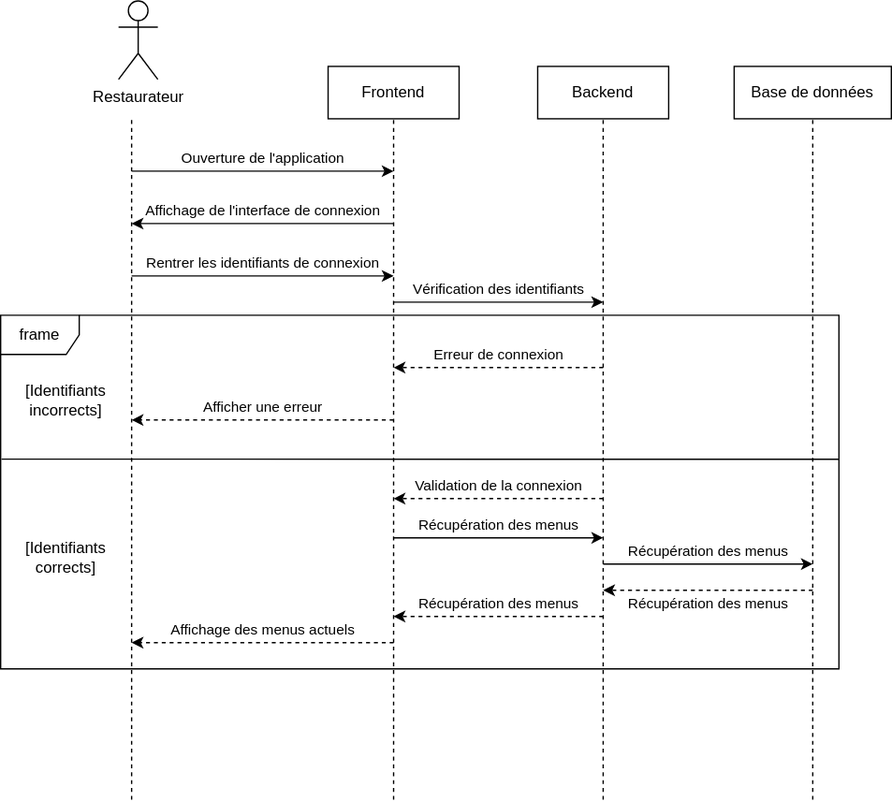
The draw.io diagram sequence_diagrams/ajout_plat_du_jour.drawio.svg in TheoBernard97/ExpressFood, before a commit. Source tidied: cells renumbered, new cells last; positions are measured from the earlier drawing's top-left corner, leaving out a move shared by most shapes.
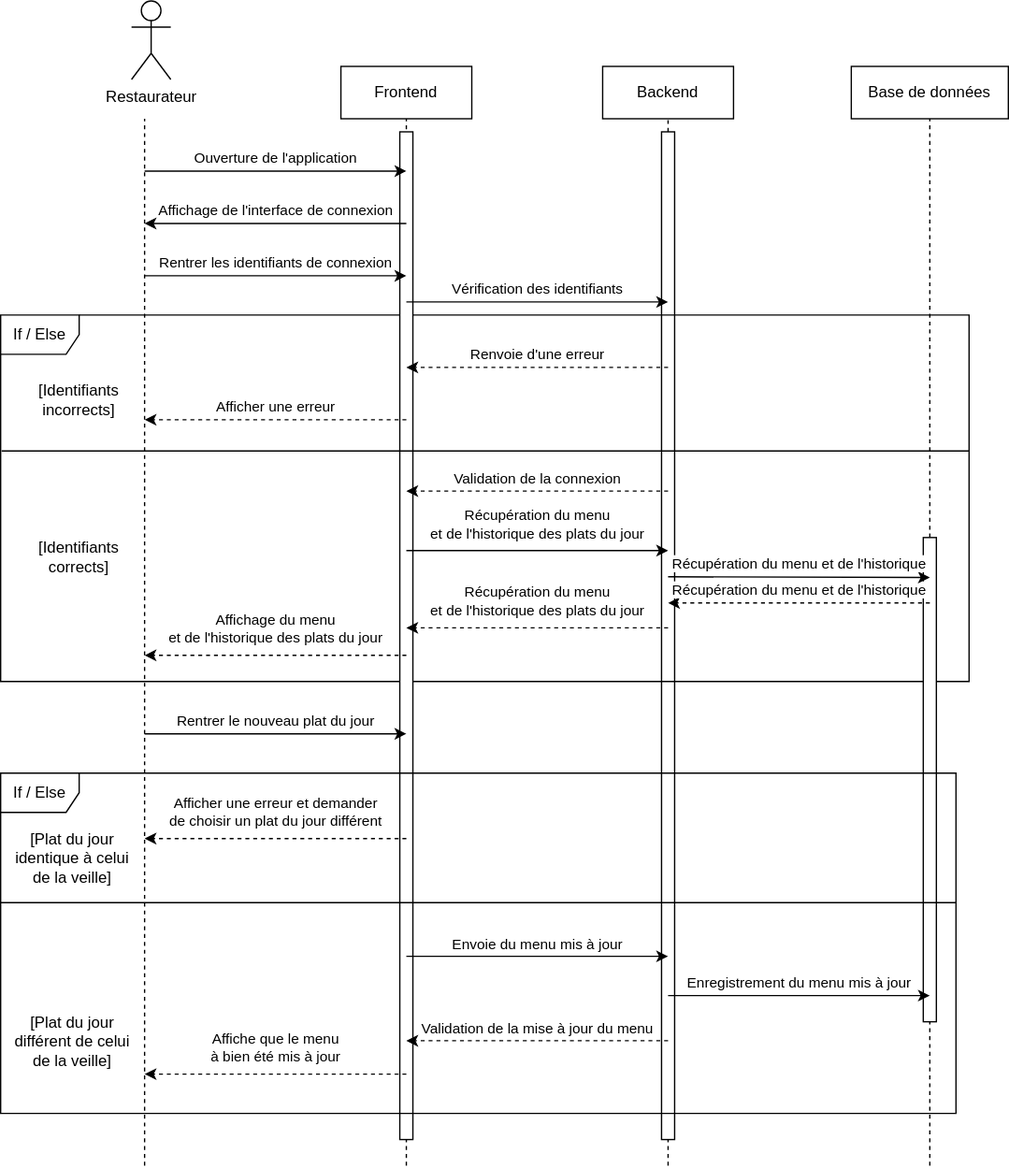
After the commit.

Commit message:
Complete update daily meal diagram + command creation diagram

Change to the diagram source:
```diff
@@ -2,39 +2,41 @@
   <root>
     <mxCell id="0" />
     <mxCell id="1" parent="0" />
+    <mxCell id="26" style="rounded=0;whiteSpace=wrap;html=1;" parent="1" vertex="1">
+      <mxGeometry x="495" y="100" width="10" height="770" as="geometry" />
+    </mxCell>
-    <mxCell id="2" value="frame" style="shape=umlFrame;whiteSpace=wrap;html=1;" parent="1" vertex="1">
-      <mxGeometry y="240" width="640" height="270" as="geometry" />
+    <mxCell id="2" value="If / Else" style="shape=umlFrame;whiteSpace=wrap;html=1;" parent="1" vertex="1">
+      <mxGeometry x="-10" y="240" width="740" height="280" as="geometry" />
     </mxCell>
     <mxCell id="3" value="Frontend" style="rounded=0;whiteSpace=wrap;html=1;" parent="1" vertex="1">
       <mxGeometry x="250" y="50" width="100" height="40" as="geometry" />
     </mxCell>
     <mxCell id="4" value="Backend" style="rounded=0;whiteSpace=wrap;html=1;" parent="1" vertex="1">
-      <mxGeometry x="410" y="50" width="100" height="40" as="geometry" />
+      <mxGeometry x="450" y="50" width="100" height="40" as="geometry" />
     </mxCell>
     <mxCell id="5" value="Base de données" style="rounded=0;whiteSpace=wrap;html=1;" parent="1" vertex="1">
-      <mxGeometry x="560" y="50" width="120" height="40" as="geometry" />
+      <mxGeometry x="640" y="50" width="120" height="40" as="geometry" />
     </mxCell>
     <mxCell id="6" value="Restaurateur" style="shape=umlActor;verticalLabelPosition=bottom;verticalAlign=top;html=1;" parent="1" vertex="1">
       <mxGeometry x="90" width="30" height="60" as="geometry" />
     </mxCell>
     <mxCell id="7" style="endArrow=none;dashed=1;html=1;rounded=0;entryX=0.5;entryY=1;entryDx=0;entryDy=0;" parent="1" edge="1" target="3">
       <mxGeometry relative="1" as="geometry">
-        <mxPoint x="300" y="610" as="sourcePoint" />
+        <mxPoint x="300" y="890" as="sourcePoint" />
       </mxGeometry>
     </mxCell>
-    <mxCell id="8" style="endArrow=none;dashed=1;html=1;rounded=0;entryX=0.5;entryY=1;entryDx=0;entryDy=0;" parent="1" edge="1" target="4">
-      <mxGeometry relative="1" as="geometry">
-        <mxPoint x="460" y="610" as="sourcePoint" />
-      </mxGeometry>
+    <mxCell id="8" style="endArrow=none;dashed=1;html=1;rounded=0;entryX=0.5;entryY=1;entryDx=0;entryDy=0;startArrow=none;" parent="1" edge="1" source="26" target="4">
+      <mxGeometry relative="1" as="geometry" />
     </mxCell>
+    <mxCell id="27" style="rounded=0;whiteSpace=wrap;html=1;" parent="1" vertex="1">
+      <mxGeometry x="295" y="100" width="10" height="770" as="geometry" />
+    </mxCell>
-    <mxCell id="9" style="endArrow=none;dashed=1;html=1;rounded=0;entryX=0.5;entryY=1;entryDx=0;entryDy=0;" parent="1" edge="1" target="5">
-      <mxGeometry relative="1" as="geometry">
-        <mxPoint x="620" y="610" as="sourcePoint" />
-      </mxGeometry>
+    <mxCell id="9" style="endArrow=none;dashed=1;html=1;rounded=0;entryX=0.5;entryY=1;entryDx=0;entryDy=0;startArrow=none;" parent="1" edge="1" source="28" target="5">
+      <mxGeometry relative="1" as="geometry" />
     </mxCell>
     <mxCell id="10" style="endArrow=none;dashed=1;html=1;rounded=0;" parent="1" edge="1">
       <mxGeometry relative="1" as="geometry">
-        <mxPoint x="100" y="610" as="sourcePoint" />
+        <mxPoint x="100" y="890" as="sourcePoint" />
         <mxPoint x="100" y="90" as="targetPoint" />
       </mxGeometry>
     </mxCell>
@@ -44,37 +46,19 @@
         <mxPoint x="300" y="130" as="targetPoint" />
       </mxGeometry>
     </mxCell>
-    <mxCell id="12" value="Récupération des menus" style="endArrow=classic;html=1;rounded=0;" parent="1" edge="1">
-      <mxGeometry y="10" relative="1" as="geometry">
-        <mxPoint x="300" y="410" as="sourcePoint" />
-        <mxPoint x="460" y="410" as="targetPoint" />
-      </mxGeometry>
-    </mxCell>
-    <mxCell id="13" value="Récupération des menus" style="endArrow=classic;html=1;rounded=0;" parent="1" edge="1">
-      <mxGeometry y="10" relative="1" as="geometry">
-        <mxPoint x="460" y="430" as="sourcePoint" />
-        <mxPoint x="620" y="430" as="targetPoint" />
-      </mxGeometry>
-    </mxCell>
-    <mxCell id="14" value="Récupération des menus" style="endArrow=classic;html=1;rounded=0;dashed=1;" parent="1" edge="1">
-      <mxGeometry y="10" relative="1" as="geometry">
-        <mxPoint x="620" y="450" as="sourcePoint" />
-        <mxPoint x="460" y="450" as="targetPoint" />
-        <Array as="points">
-          <mxPoint x="540" y="450" />
-        </Array>
-      </mxGeometry>
-    </mxCell>
-    <mxCell id="15" value="Récupération des menus" style="endArrow=classic;html=1;rounded=0;dashed=1;" parent="1" edge="1">
-      <mxGeometry y="-10" relative="1" as="geometry">
-        <mxPoint x="460" y="470" as="sourcePoint" />
-        <mxPoint x="300" y="470" as="targetPoint" />
+    <mxCell id="15" value="&lt;span style=&quot;color: rgb(0 , 0 , 0) ; font-family: &amp;#34;helvetica&amp;#34; ; font-size: 11px ; font-style: normal ; font-weight: 400 ; letter-spacing: normal ; text-align: center ; text-indent: 0px ; text-transform: none ; word-spacing: 0px ; background-color: rgb(255 , 255 , 255) ; display: inline ; float: none&quot;&gt;Récupération du menu&lt;/span&gt;&lt;br style=&quot;color: rgb(0 , 0 , 0) ; font-family: &amp;#34;helvetica&amp;#34; ; font-size: 11px ; font-style: normal ; font-weight: 400 ; letter-spacing: normal ; text-align: center ; text-indent: 0px ; text-transform: none ; word-spacing: 0px&quot;&gt;&lt;span style=&quot;color: rgb(0 , 0 , 0) ; font-family: &amp;#34;helvetica&amp;#34; ; font-size: 11px ; font-style: normal ; font-weight: 400 ; letter-spacing: normal ; text-align: center ; text-indent: 0px ; text-transform: none ; word-spacing: 0px ; background-color: rgb(255 , 255 , 255) ; display: inline ; float: none&quot;&gt;et de l'historique des plats du jour&lt;/span&gt;" style="endArrow=classic;html=1;rounded=0;dashed=1;" parent="1" edge="1">
+      <mxGeometry y="-20" relative="1" as="geometry">
+        <mxPoint x="500" y="479" as="sourcePoint" />
+        <mxPoint x="300" y="479" as="targetPoint" />
       </mxGeometry>
     </mxCell>
+    <mxCell id="28" style="rounded=0;whiteSpace=wrap;html=1;" parent="1" vertex="1">
+      <mxGeometry x="695" y="410" width="10" height="370" as="geometry" />
+    </mxCell>
-    <mxCell id="16" value="Affichage des menus actuels" style="endArrow=classic;html=1;rounded=0;dashed=1;" parent="1" edge="1">
-      <mxGeometry y="-10" relative="1" as="geometry">
-        <mxPoint x="300" y="490" as="sourcePoint" />
-        <mxPoint x="100" y="490" as="targetPoint" />
+    <mxCell id="16" value="&lt;span style=&quot;font-family: &amp;#34;helvetica&amp;#34;&quot;&gt;Affichage du menu&lt;/span&gt;&lt;br style=&quot;font-family: &amp;#34;helvetica&amp;#34;&quot;&gt;&lt;span style=&quot;font-family: &amp;#34;helvetica&amp;#34;&quot;&gt;et de l'historique des plats du jour&lt;/span&gt;" style="endArrow=classic;html=1;rounded=0;dashed=1;" parent="1" edge="1">
+      <mxGeometry y="-20" relative="1" as="geometry">
+        <mxPoint x="300" y="500" as="sourcePoint" />
+        <mxPoint x="100" y="500" as="targetPoint" />
       </mxGeometry>
     </mxCell>
     <mxCell id="17" value="Affichage de l'interface de connexion" style="endArrow=classic;html=1;rounded=0;" parent="1" edge="1">
@@ -89,32 +73,45 @@
         <mxPoint x="300" y="210" as="targetPoint" />
       </mxGeometry>
     </mxCell>
-    <mxCell id="19" value="Vérification des identifiants" style="endArrow=classic;html=1;rounded=0;" parent="1" edge="1">
-      <mxGeometry y="10" relative="1" as="geometry">
-        <mxPoint x="300" y="230" as="sourcePoint" />
-        <mxPoint x="460" y="230" as="targetPoint" />
-      </mxGeometry>
-    </mxCell>
+    <mxCell id="14" value="Récupération du menu et de l'historique" style="endArrow=classic;html=1;rounded=0;dashed=1;" parent="1" edge="1">
+      <mxGeometry y="-10" relative="1" as="geometry">
+        <mxPoint x="700" y="460" as="sourcePoint" />
+        <mxPoint x="500" y="460" as="targetPoint" />
+        <Array as="points">
+          <mxPoint x="540" y="460" />
+        </Array>
+      </mxGeometry>
+    </mxCell>
+    <mxCell id="12" value="Récupération du menu &lt;br&gt;et de l'historique des plats du jour" style="endArrow=classic;html=1;rounded=0;" parent="1" edge="1">
+      <mxGeometry y="20" relative="1" as="geometry">
+        <mxPoint x="300" y="420" as="sourcePoint" />
+        <mxPoint x="500" y="420" as="targetPoint" />
+      </mxGeometry>
+    </mxCell>
     <mxCell id="20" value="Validation de la connexion" style="endArrow=classic;html=1;rounded=0;dashed=1;" parent="1" edge="1">
       <mxGeometry y="-10" relative="1" as="geometry">
-        <mxPoint x="460" y="380" as="sourcePoint" />
-        <mxPoint x="300" y="380" as="targetPoint" />
+        <mxPoint x="500" y="374.5" as="sourcePoint" />
+        <mxPoint x="300" y="374.5" as="targetPoint" />
       </mxGeometry>
     </mxCell>
-    <mxCell id="21" style="endArrow=none;html=1;rounded=0;entryX=0.001;entryY=0.407;entryDx=0;entryDy=0;entryPerimeter=0;" parent="1" edge="1" target="2">
-      <mxGeometry relative="1" as="geometry">
-        <mxPoint x="640" y="350" as="sourcePoint" />
-      </mxGeometry>
+    <mxCell id="21" style="endArrow=none;html=1;rounded=0;entryX=0.001;entryY=0.371;entryDx=0;entryDy=0;entryPerimeter=0;exitX=1;exitY=0.371;exitDx=0;exitDy=0;exitPerimeter=0;" parent="1" edge="1" source="2" target="2">
+      <mxGeometry relative="1" as="geometry" />
     </mxCell>
+    <mxCell id="13" value="Récupération du menu et de l'historique" style="endArrow=classic;html=1;rounded=0;" parent="1" edge="1">
+      <mxGeometry y="10" relative="1" as="geometry">
+        <mxPoint x="500" y="440" as="sourcePoint" />
+        <mxPoint x="700" y="440.5" as="targetPoint" />
+      </mxGeometry>
+    </mxCell>
     <mxCell id="22" value="[Identifiants incorrects]" style="text;html=1;strokeColor=none;fillColor=none;align=center;verticalAlign=middle;whiteSpace=wrap;rounded=0;" parent="1" vertex="1">
       <mxGeometry x="20" y="290" width="60" height="30" as="geometry" />
     </mxCell>
     <mxCell id="23" value="[Identifiants corrects]" style="text;html=1;strokeColor=none;fillColor=none;align=center;verticalAlign=middle;whiteSpace=wrap;rounded=0;" parent="1" vertex="1">
       <mxGeometry x="20" y="410" width="60" height="30" as="geometry" />
     </mxCell>
-    <mxCell id="24" value="Erreur de connexion" style="endArrow=classic;html=1;rounded=0;dashed=1;" parent="1" edge="1">
+    <mxCell id="24" value="Renvoie d'une erreur" style="endArrow=classic;html=1;rounded=0;dashed=1;" parent="1" edge="1">
       <mxGeometry y="-10" relative="1" as="geometry">
-        <mxPoint x="460" y="280" as="sourcePoint" />
+        <mxPoint x="500" y="280" as="sourcePoint" />
         <mxPoint x="300" y="280" as="targetPoint" />
       </mxGeometry>
     </mxCell>
@@ -124,5 +121,79 @@
         <mxPoint x="100" y="320" as="targetPoint" />
       </mxGeometry>
     </mxCell>
+    <mxCell id="29" value="Rentrer le nouveau plat du jour" style="endArrow=classic;html=1;rounded=0;" parent="1" edge="1">
+      <mxGeometry y="10" relative="1" as="geometry">
+        <mxPoint x="100" y="560" as="sourcePoint" />
+        <mxPoint x="300" y="560" as="targetPoint" />
+      </mxGeometry>
+    </mxCell>
+    <mxCell id="30" value="If / Else" style="shape=umlFrame;whiteSpace=wrap;html=1;" parent="1" vertex="1">
+      <mxGeometry x="-10" y="590" width="730" height="260" as="geometry" />
+    </mxCell>
+    <mxCell id="31" style="endArrow=none;html=1;rounded=0;" parent="1" edge="1">
+      <mxGeometry relative="1" as="geometry">
+        <mxPoint x="720" y="689" as="sourcePoint" />
+        <mxPoint x="-10" y="689" as="targetPoint" />
+      </mxGeometry>
+    </mxCell>
+    <mxCell id="32" value="[Plat du jour identique à celui de la veille]" style="text;html=1;strokeColor=none;fillColor=none;align=center;verticalAlign=middle;whiteSpace=wrap;rounded=0;" parent="1" vertex="1">
+      <mxGeometry y="630" width="90" height="50" as="geometry" />
+    </mxCell>
+    <mxCell id="33" value="Afficher une erreur et demander &lt;br&gt;de choisir un plat du jour différent" style="endArrow=classic;html=1;rounded=0;dashed=1;" parent="1" edge="1">
+      <mxGeometry y="-20" relative="1" as="geometry">
+        <mxPoint x="300" y="640" as="sourcePoint" />
+        <mxPoint x="100" y="640" as="targetPoint" />
+      </mxGeometry>
+    </mxCell>
+    <mxCell id="34" value="[Plat du jour différent de celui de la veille]" style="text;html=1;strokeColor=none;fillColor=none;align=center;verticalAlign=middle;whiteSpace=wrap;rounded=0;" parent="1" vertex="1">
+      <mxGeometry y="770" width="90" height="50" as="geometry" />
+    </mxCell>
+    <mxCell id="35" value="Envoie du menu mis à jour" style="endArrow=classic;html=1;rounded=0;" parent="1" edge="1">
+      <mxGeometry y="10" relative="1" as="geometry">
+        <mxPoint x="300" y="730" as="sourcePoint" />
+        <mxPoint x="500" y="730" as="targetPoint" />
+        <mxPoint y="1" as="offset" />
+      </mxGeometry>
+    </mxCell>
+    <mxCell id="36" value="Enregistrement du menu mis à jour" style="endArrow=classic;html=1;rounded=0;" parent="1" edge="1">
+      <mxGeometry y="10" relative="1" as="geometry">
+        <mxPoint x="500" y="760" as="sourcePoint" />
+        <mxPoint x="700" y="760" as="targetPoint" />
+      </mxGeometry>
+    </mxCell>
+    <mxCell id="37" value="Validation de la mise à jour du menu" style="endArrow=classic;html=1;rounded=0;dashed=1;" parent="1" edge="1">
+      <mxGeometry y="-10" relative="1" as="geometry">
+        <mxPoint x="500" y="794.5" as="sourcePoint" />
+        <mxPoint x="300" y="794.5" as="targetPoint" />
+        <Array as="points">
+          <mxPoint x="340" y="794.5" />
+        </Array>
+      </mxGeometry>
+    </mxCell>
+    <mxCell id="38" value="Affiche que le menu &lt;br&gt;à bien été mis à jour" style="endArrow=classic;html=1;rounded=0;dashed=1;" parent="1" edge="1">
+      <mxGeometry y="-20" relative="1" as="geometry">
+        <mxPoint x="300" y="820" as="sourcePoint" />
+        <mxPoint x="100" y="820" as="targetPoint" />
+        <Array as="points">
+          <mxPoint x="140" y="820" />
+        </Array>
+      </mxGeometry>
+    </mxCell>
+    <mxCell id="39" style="endArrow=none;dashed=1;html=1;rounded=0;entryX=0.5;entryY=1;entryDx=0;entryDy=0;" parent="1" edge="1" target="26">
+      <mxGeometry relative="1" as="geometry">
+        <mxPoint x="500" y="890" as="sourcePoint" />
+      </mxGeometry>
+    </mxCell>
+    <mxCell id="40" style="endArrow=none;dashed=1;html=1;rounded=0;entryX=0.5;entryY=1;entryDx=0;entryDy=0;" parent="1" edge="1" target="28">
+      <mxGeometry relative="1" as="geometry">
+        <mxPoint x="700" y="890" as="sourcePoint" />
+      </mxGeometry>
+    </mxCell>
+    <mxCell id="19" value="Vérification des identifiants" style="endArrow=classic;html=1;rounded=0;" parent="1" edge="1">
+      <mxGeometry y="10" relative="1" as="geometry">
+        <mxPoint x="300" y="230" as="sourcePoint" />
+        <mxPoint x="500" y="230" as="targetPoint" />
+      </mxGeometry>
+    </mxCell>
   </root>
 </mxGraphModel>
```
